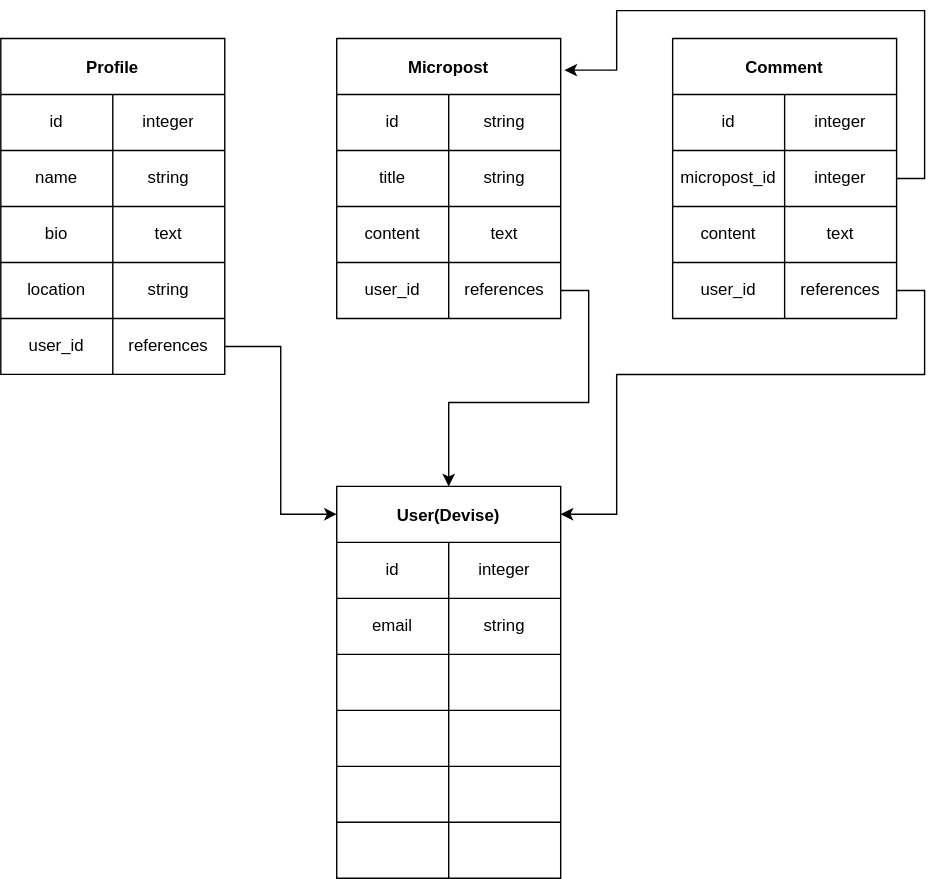
Above: doc/images/mizusirazu-app.drawio.svg in ittoku703/mizusirazu (draw.io), before the change. Source tidied: cells renumbered, new cells last; positions are measured from the earlier drawing's top-left corner, leaving out a move shared by most shapes. Source of this version:
```xml
<mxGraphModel>
  <root>
    <mxCell id="0" />
    <mxCell id="1" parent="0" />
    <mxCell id="2" value="User(Devise)" style="shape=table;startSize=40;fontStyle=1;align=center;" parent="1" vertex="1">
      <mxGeometry x="240" y="340" width="160" height="280" as="geometry" />
    </mxCell>
    <mxCell id="3" style="shape=partialRectangle;html=1;whiteSpace=wrap;fillColor=none;top=0;left=0;bottom=0;right=0;" parent="2" vertex="1">
      <mxGeometry y="40" width="160" height="40" as="geometry" />
    </mxCell>
    <mxCell id="4" value="id" style="shape=partialRectangle;html=1;whiteSpace=wrap;fillColor=none;top=0;left=0;bottom=0;right=0;overflow=hidden;" parent="3" vertex="1">
      <mxGeometry width="80" height="40" as="geometry" />
    </mxCell>
    <mxCell id="5" value="integer" style="shape=partialRectangle;html=1;whiteSpace=wrap;fillColor=none;top=0;left=0;bottom=0;right=0;overflow=hidden;" parent="3" vertex="1">
      <mxGeometry x="80" width="80" height="40" as="geometry" />
    </mxCell>
    <mxCell id="6" style="shape=partialRectangle;html=1;whiteSpace=wrap;fillColor=none;top=0;left=0;bottom=0;right=0;" parent="2" vertex="1">
      <mxGeometry y="80" width="160" height="40" as="geometry" />
    </mxCell>
    <mxCell id="7" value="email" style="shape=partialRectangle;html=1;whiteSpace=wrap;fillColor=none;top=0;left=0;bottom=0;right=0;overflow=hidden;" parent="6" vertex="1">
      <mxGeometry width="80" height="40" as="geometry" />
    </mxCell>
    <mxCell id="8" value="string" style="shape=partialRectangle;html=1;whiteSpace=wrap;fillColor=none;top=0;left=0;bottom=0;right=0;overflow=hidden;" parent="6" vertex="1">
      <mxGeometry x="80" width="80" height="40" as="geometry" />
    </mxCell>
    <mxCell id="9" style="shape=partialRectangle;html=1;whiteSpace=wrap;fillColor=none;top=0;left=0;bottom=0;right=0;" parent="2" vertex="1">
      <mxGeometry y="120" width="160" height="40" as="geometry" />
    </mxCell>
    <mxCell id="10" style="shape=partialRectangle;html=1;whiteSpace=wrap;fillColor=none;top=0;left=0;bottom=0;right=0;overflow=hidden;" parent="9" vertex="1">
      <mxGeometry width="80" height="40" as="geometry" />
    </mxCell>
    <mxCell id="11" style="shape=partialRectangle;html=1;whiteSpace=wrap;fillColor=none;top=0;left=0;bottom=0;right=0;overflow=hidden;" parent="9" vertex="1">
      <mxGeometry x="80" width="80" height="40" as="geometry" />
    </mxCell>
    <mxCell id="12" style="shape=partialRectangle;html=1;whiteSpace=wrap;fillColor=none;top=0;left=0;bottom=0;right=0;" parent="2" vertex="1">
      <mxGeometry y="160" width="160" height="40" as="geometry" />
    </mxCell>
    <mxCell id="13" style="shape=partialRectangle;html=1;whiteSpace=wrap;fillColor=none;top=0;left=0;bottom=0;right=0;overflow=hidden;" parent="12" vertex="1">
      <mxGeometry width="80" height="40" as="geometry" />
    </mxCell>
    <mxCell id="14" style="shape=partialRectangle;html=1;whiteSpace=wrap;fillColor=none;top=0;left=0;bottom=0;right=0;overflow=hidden;" parent="12" vertex="1">
      <mxGeometry x="80" width="80" height="40" as="geometry" />
    </mxCell>
    <mxCell id="15" style="shape=partialRectangle;html=1;whiteSpace=wrap;fillColor=none;top=0;left=0;bottom=0;right=0;" parent="2" vertex="1">
      <mxGeometry y="200" width="160" height="40" as="geometry" />
    </mxCell>
    <mxCell id="16" style="shape=partialRectangle;html=1;whiteSpace=wrap;fillColor=none;top=0;left=0;bottom=0;right=0;overflow=hidden;" parent="15" vertex="1">
      <mxGeometry width="80" height="40" as="geometry" />
    </mxCell>
    <mxCell id="17" style="shape=partialRectangle;html=1;whiteSpace=wrap;fillColor=none;top=0;left=0;bottom=0;right=0;overflow=hidden;" parent="15" vertex="1">
      <mxGeometry x="80" width="80" height="40" as="geometry" />
    </mxCell>
    <mxCell id="18" style="shape=partialRectangle;html=1;whiteSpace=wrap;fillColor=none;top=0;left=0;bottom=0;right=0;" parent="2" vertex="1">
      <mxGeometry y="240" width="160" height="40" as="geometry" />
    </mxCell>
    <mxCell id="19" style="shape=partialRectangle;html=1;whiteSpace=wrap;fillColor=none;top=0;left=0;bottom=0;right=0;overflow=hidden;" parent="18" vertex="1">
      <mxGeometry width="80" height="40" as="geometry" />
    </mxCell>
    <mxCell id="20" style="shape=partialRectangle;html=1;whiteSpace=wrap;fillColor=none;top=0;left=0;bottom=0;right=0;overflow=hidden;" parent="18" vertex="1">
      <mxGeometry x="80" width="80" height="40" as="geometry" />
    </mxCell>
    <mxCell id="21" value="Profile" style="shape=table;startSize=40;fontStyle=1;align=center;" parent="1" vertex="1">
      <mxGeometry y="20" width="160" height="240" as="geometry" />
    </mxCell>
    <mxCell id="22" style="shape=partialRectangle;html=1;whiteSpace=wrap;fillColor=none;top=0;left=0;bottom=0;right=0;" parent="21" vertex="1">
      <mxGeometry y="40" width="160" height="40" as="geometry" />
    </mxCell>
    <mxCell id="23" value="id" style="shape=partialRectangle;html=1;whiteSpace=wrap;fillColor=none;top=0;left=0;bottom=0;right=0;overflow=hidden;" parent="22" vertex="1">
      <mxGeometry width="80" height="40" as="geometry" />
    </mxCell>
    <mxCell id="24" value="integer" style="shape=partialRectangle;html=1;whiteSpace=wrap;fillColor=none;top=0;left=0;bottom=0;right=0;overflow=hidden;" parent="22" vertex="1">
      <mxGeometry x="80" width="80" height="40" as="geometry" />
    </mxCell>
    <mxCell id="25" style="shape=partialRectangle;html=1;whiteSpace=wrap;fillColor=none;top=0;left=0;bottom=0;right=0;" parent="21" vertex="1">
      <mxGeometry y="80" width="160" height="40" as="geometry" />
    </mxCell>
    <mxCell id="26" value="name" style="shape=partialRectangle;html=1;whiteSpace=wrap;fillColor=none;top=0;left=0;bottom=0;right=0;overflow=hidden;" parent="25" vertex="1">
      <mxGeometry width="80" height="40" as="geometry" />
    </mxCell>
    <mxCell id="27" value="string" style="shape=partialRectangle;html=1;whiteSpace=wrap;fillColor=none;top=0;left=0;bottom=0;right=0;overflow=hidden;" parent="25" vertex="1">
      <mxGeometry x="80" width="80" height="40" as="geometry" />
    </mxCell>
    <mxCell id="28" style="shape=partialRectangle;html=1;whiteSpace=wrap;fillColor=none;top=0;left=0;bottom=0;right=0;" parent="21" vertex="1">
      <mxGeometry y="120" width="160" height="40" as="geometry" />
    </mxCell>
    <mxCell id="29" value="bio" style="shape=partialRectangle;html=1;whiteSpace=wrap;fillColor=none;top=0;left=0;bottom=0;right=0;overflow=hidden;" parent="28" vertex="1">
      <mxGeometry width="80" height="40" as="geometry" />
    </mxCell>
    <mxCell id="30" value="text" style="shape=partialRectangle;html=1;whiteSpace=wrap;fillColor=none;top=0;left=0;bottom=0;right=0;overflow=hidden;" parent="28" vertex="1">
      <mxGeometry x="80" width="80" height="40" as="geometry" />
    </mxCell>
    <mxCell id="31" style="shape=partialRectangle;html=1;whiteSpace=wrap;fillColor=none;top=0;left=0;bottom=0;right=0;" parent="21" vertex="1">
      <mxGeometry y="160" width="160" height="40" as="geometry" />
    </mxCell>
    <mxCell id="32" value="location" style="shape=partialRectangle;html=1;whiteSpace=wrap;fillColor=none;top=0;left=0;bottom=0;right=0;overflow=hidden;" parent="31" vertex="1">
      <mxGeometry width="80" height="40" as="geometry" />
    </mxCell>
    <mxCell id="33" value="string" style="shape=partialRectangle;html=1;whiteSpace=wrap;fillColor=none;top=0;left=0;bottom=0;right=0;overflow=hidden;" parent="31" vertex="1">
      <mxGeometry x="80" width="80" height="40" as="geometry" />
    </mxCell>
    <mxCell id="34" style="shape=partialRectangle;html=1;whiteSpace=wrap;fillColor=none;top=0;left=0;bottom=0;right=0;points=[[0,0.5],[1,0.5]];portConstraint=eastwest;" parent="21" vertex="1">
      <mxGeometry y="200" width="160" height="40" as="geometry" />
    </mxCell>
    <mxCell id="35" value="user_id" style="shape=partialRectangle;html=1;whiteSpace=wrap;fillColor=none;top=0;left=0;bottom=0;right=0;overflow=hidden;" parent="34" vertex="1">
      <mxGeometry width="80" height="40" as="geometry" />
    </mxCell>
    <mxCell id="36" value="references" style="shape=partialRectangle;html=1;whiteSpace=wrap;fillColor=none;top=0;left=0;bottom=0;right=0;overflow=hidden;" parent="34" vertex="1">
      <mxGeometry x="80" width="80" height="40" as="geometry" />
    </mxCell>
    <mxCell id="37" value="Micropost" style="shape=table;startSize=40;fontStyle=1;align=center;" parent="1" vertex="1">
      <mxGeometry x="240" y="20" width="160" height="200" as="geometry" />
    </mxCell>
    <mxCell id="38" style="shape=partialRectangle;html=1;whiteSpace=wrap;fillColor=none;top=0;left=0;bottom=0;right=0;" parent="37" vertex="1">
      <mxGeometry y="40" width="160" height="40" as="geometry" />
    </mxCell>
    <mxCell id="39" value="id" style="shape=partialRectangle;html=1;whiteSpace=wrap;fillColor=none;top=0;left=0;bottom=0;right=0;overflow=hidden;" parent="38" vertex="1">
      <mxGeometry width="80" height="40" as="geometry" />
    </mxCell>
    <mxCell id="40" value="string" style="shape=partialRectangle;html=1;whiteSpace=wrap;fillColor=none;top=0;left=0;bottom=0;right=0;overflow=hidden;" parent="38" vertex="1">
      <mxGeometry x="80" width="80" height="40" as="geometry" />
    </mxCell>
    <mxCell id="41" style="shape=partialRectangle;html=1;whiteSpace=wrap;fillColor=none;top=0;left=0;bottom=0;right=0;" parent="37" vertex="1">
      <mxGeometry y="80" width="160" height="40" as="geometry" />
    </mxCell>
    <mxCell id="42" value="title" style="shape=partialRectangle;html=1;whiteSpace=wrap;fillColor=none;top=0;left=0;bottom=0;right=0;overflow=hidden;" parent="41" vertex="1">
      <mxGeometry width="80" height="40" as="geometry" />
    </mxCell>
    <mxCell id="43" value="string" style="shape=partialRectangle;html=1;whiteSpace=wrap;fillColor=none;top=0;left=0;bottom=0;right=0;overflow=hidden;" parent="41" vertex="1">
      <mxGeometry x="80" width="80" height="40" as="geometry" />
    </mxCell>
    <mxCell id="44" style="shape=partialRectangle;html=1;whiteSpace=wrap;fillColor=none;top=0;left=0;bottom=0;right=0;" parent="37" vertex="1">
      <mxGeometry y="120" width="160" height="40" as="geometry" />
    </mxCell>
    <mxCell id="45" value="content" style="shape=partialRectangle;html=1;whiteSpace=wrap;fillColor=none;top=0;left=0;bottom=0;right=0;overflow=hidden;" parent="44" vertex="1">
      <mxGeometry width="80" height="40" as="geometry" />
    </mxCell>
    <mxCell id="46" value="text" style="shape=partialRectangle;html=1;whiteSpace=wrap;fillColor=none;top=0;left=0;bottom=0;right=0;overflow=hidden;" parent="44" vertex="1">
      <mxGeometry x="80" width="80" height="40" as="geometry" />
    </mxCell>
    <mxCell id="47" style="shape=partialRectangle;html=1;whiteSpace=wrap;fillColor=none;top=0;left=0;bottom=0;right=0;points=[[0,0.5],[1,0.5]];portConstraint=eastwest;" parent="37" vertex="1">
      <mxGeometry y="160" width="160" height="40" as="geometry" />
    </mxCell>
    <mxCell id="48" value="user_id" style="shape=partialRectangle;html=1;whiteSpace=wrap;fillColor=none;top=0;left=0;bottom=0;right=0;overflow=hidden;" parent="47" vertex="1">
      <mxGeometry width="80" height="40" as="geometry" />
    </mxCell>
    <mxCell id="49" value="references" style="shape=partialRectangle;html=1;whiteSpace=wrap;fillColor=none;top=0;left=0;bottom=0;right=0;overflow=hidden;" parent="47" vertex="1">
      <mxGeometry x="80" width="80" height="40" as="geometry" />
    </mxCell>
    <mxCell id="50" value="Comment" style="shape=table;startSize=40;fontStyle=1;align=center;" parent="1" vertex="1">
      <mxGeometry x="480" y="20" width="160" height="200" as="geometry" />
    </mxCell>
    <mxCell id="51" style="shape=partialRectangle;html=1;whiteSpace=wrap;fillColor=none;top=0;left=0;bottom=0;right=0;" parent="50" vertex="1">
      <mxGeometry y="40" width="160" height="40" as="geometry" />
    </mxCell>
    <mxCell id="52" value="id" style="shape=partialRectangle;html=1;whiteSpace=wrap;fillColor=none;top=0;left=0;bottom=0;right=0;overflow=hidden;" parent="51" vertex="1">
      <mxGeometry width="80" height="40" as="geometry" />
    </mxCell>
    <mxCell id="53" value="integer" style="shape=partialRectangle;html=1;whiteSpace=wrap;fillColor=none;top=0;left=0;bottom=0;right=0;overflow=hidden;" parent="51" vertex="1">
      <mxGeometry x="80" width="80" height="40" as="geometry" />
    </mxCell>
    <mxCell id="54" style="shape=partialRectangle;html=1;whiteSpace=wrap;fillColor=none;top=0;left=0;bottom=0;right=0;points=[[0,0.5],[1,0.5]];portConstraint=eastwest;" parent="50" vertex="1">
      <mxGeometry y="80" width="160" height="40" as="geometry" />
    </mxCell>
    <mxCell id="55" value="micropost_id" style="shape=partialRectangle;html=1;whiteSpace=wrap;fillColor=none;top=0;left=0;bottom=0;right=0;overflow=hidden;" parent="54" vertex="1">
      <mxGeometry width="80" height="40" as="geometry" />
    </mxCell>
    <mxCell id="56" value="integer" style="shape=partialRectangle;html=1;whiteSpace=wrap;fillColor=none;top=0;left=0;bottom=0;right=0;overflow=hidden;" parent="54" vertex="1">
      <mxGeometry x="80" width="80" height="40" as="geometry" />
    </mxCell>
    <mxCell id="57" style="shape=partialRectangle;html=1;whiteSpace=wrap;fillColor=none;top=0;left=0;bottom=0;right=0;" parent="50" vertex="1">
      <mxGeometry y="120" width="160" height="40" as="geometry" />
    </mxCell>
    <mxCell id="58" value="content" style="shape=partialRectangle;html=1;whiteSpace=wrap;fillColor=none;top=0;left=0;bottom=0;right=0;overflow=hidden;" parent="57" vertex="1">
      <mxGeometry width="80" height="40" as="geometry" />
    </mxCell>
    <mxCell id="59" value="text" style="shape=partialRectangle;html=1;whiteSpace=wrap;fillColor=none;top=0;left=0;bottom=0;right=0;overflow=hidden;" parent="57" vertex="1">
      <mxGeometry x="80" width="80" height="40" as="geometry" />
    </mxCell>
    <mxCell id="60" style="shape=partialRectangle;html=1;whiteSpace=wrap;fillColor=none;top=0;left=0;bottom=0;right=0;points=[[0,0.5],[1,0.5]];portConstraint=eastwest;" parent="50" vertex="1">
      <mxGeometry y="160" width="160" height="40" as="geometry" />
    </mxCell>
    <mxCell id="61" value="user_id" style="shape=partialRectangle;html=1;whiteSpace=wrap;fillColor=none;top=0;left=0;bottom=0;right=0;overflow=hidden;" parent="60" vertex="1">
      <mxGeometry width="80" height="40" as="geometry" />
    </mxCell>
    <mxCell id="62" value="references" style="shape=partialRectangle;html=1;whiteSpace=wrap;fillColor=none;top=0;left=0;bottom=0;right=0;overflow=hidden;" parent="60" vertex="1">
      <mxGeometry x="80" width="80" height="40" as="geometry" />
    </mxCell>
    <mxCell id="63" style="edgeStyle=orthogonalEdgeStyle;rounded=0;jettySize=auto;html=1;entryX=0;entryY=0.071;entryDx=0;entryDy=0;entryPerimeter=0;" parent="1" edge="1" source="34" target="2">
      <mxGeometry relative="1" as="geometry" />
    </mxCell>
    <mxCell id="64" style="edgeStyle=orthogonalEdgeStyle;rounded=0;jettySize=auto;html=1;entryX=0.5;entryY=0;entryDx=0;entryDy=0;exitX=1;exitY=0.5;exitDx=0;exitDy=0;" parent="1" edge="1" source="47" target="2">
      <mxGeometry relative="1" as="geometry" />
    </mxCell>
    <mxCell id="65" style="edgeStyle=orthogonalEdgeStyle;rounded=0;jettySize=auto;html=1;entryX=1;entryY=0.071;entryDx=0;entryDy=0;entryPerimeter=0;exitX=1;exitY=0.5;exitDx=0;exitDy=0;" parent="1" edge="1" source="60" target="2">
      <mxGeometry relative="1" as="geometry">
        <Array as="points">
          <mxPoint x="660" y="200" />
          <mxPoint x="660" y="260" />
          <mxPoint x="440" y="260" />
          <mxPoint x="440" y="360" />
        </Array>
      </mxGeometry>
    </mxCell>
    <mxCell id="66" style="edgeStyle=orthogonalEdgeStyle;rounded=0;jettySize=auto;html=1;entryX=1.017;entryY=0.113;entryDx=0;entryDy=0;entryPerimeter=0;exitX=1;exitY=0.5;exitDx=0;exitDy=0;" parent="1" edge="1" source="54" target="37">
      <mxGeometry relative="1" as="geometry">
        <Array as="points">
          <mxPoint x="660" y="120" />
          <mxPoint x="660" />
          <mxPoint x="440" />
          <mxPoint x="440" y="43" />
        </Array>
      </mxGeometry>
    </mxCell>
  </root>
</mxGraphModel>
```
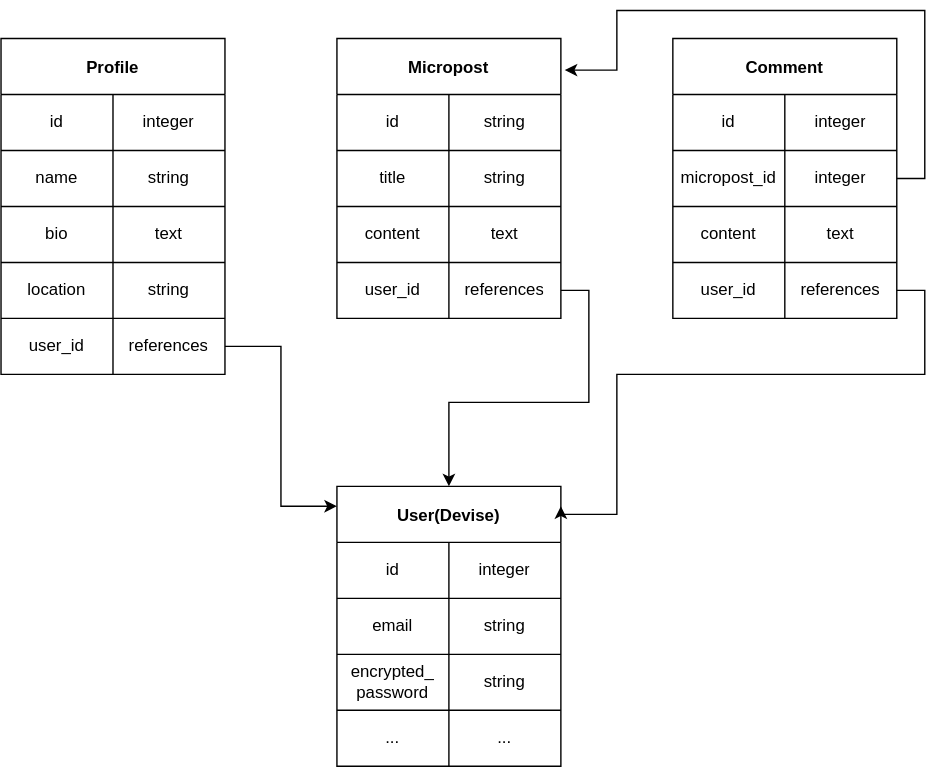
The same diagram one commit later.

Diff of the diagram source:
```diff
@@ -3,7 +3,7 @@
     <mxCell id="0" />
     <mxCell id="1" parent="0" />
     <mxCell id="2" value="User(Devise)" style="shape=table;startSize=40;fontStyle=1;align=center;" parent="1" vertex="1">
-      <mxGeometry x="240" y="340" width="160" height="280" as="geometry" />
+      <mxGeometry x="240" y="340" width="160" height="200" as="geometry" />
     </mxCell>
     <mxCell id="3" style="shape=partialRectangle;html=1;whiteSpace=wrap;fillColor=none;top=0;left=0;bottom=0;right=0;" parent="2" vertex="1">
       <mxGeometry y="40" width="160" height="40" as="geometry" />
@@ -26,39 +26,21 @@
     <mxCell id="9" style="shape=partialRectangle;html=1;whiteSpace=wrap;fillColor=none;top=0;left=0;bottom=0;right=0;" parent="2" vertex="1">
       <mxGeometry y="120" width="160" height="40" as="geometry" />
     </mxCell>
-    <mxCell id="10" style="shape=partialRectangle;html=1;whiteSpace=wrap;fillColor=none;top=0;left=0;bottom=0;right=0;overflow=hidden;" parent="9" vertex="1">
+    <mxCell id="10" value="encrypted_&lt;br&gt;password" style="shape=partialRectangle;html=1;whiteSpace=wrap;fillColor=none;top=0;left=0;bottom=0;right=0;overflow=hidden;" parent="9" vertex="1">
       <mxGeometry width="80" height="40" as="geometry" />
     </mxCell>
-    <mxCell id="11" style="shape=partialRectangle;html=1;whiteSpace=wrap;fillColor=none;top=0;left=0;bottom=0;right=0;overflow=hidden;" parent="9" vertex="1">
+    <mxCell id="11" value="string" style="shape=partialRectangle;html=1;whiteSpace=wrap;fillColor=none;top=0;left=0;bottom=0;right=0;overflow=hidden;" parent="9" vertex="1">
       <mxGeometry x="80" width="80" height="40" as="geometry" />
     </mxCell>
     <mxCell id="12" style="shape=partialRectangle;html=1;whiteSpace=wrap;fillColor=none;top=0;left=0;bottom=0;right=0;" parent="2" vertex="1">
       <mxGeometry y="160" width="160" height="40" as="geometry" />
     </mxCell>
-    <mxCell id="13" style="shape=partialRectangle;html=1;whiteSpace=wrap;fillColor=none;top=0;left=0;bottom=0;right=0;overflow=hidden;" parent="12" vertex="1">
+    <mxCell id="13" value="..." style="shape=partialRectangle;html=1;whiteSpace=wrap;fillColor=none;top=0;left=0;bottom=0;right=0;overflow=hidden;" parent="12" vertex="1">
       <mxGeometry width="80" height="40" as="geometry" />
     </mxCell>
-    <mxCell id="14" style="shape=partialRectangle;html=1;whiteSpace=wrap;fillColor=none;top=0;left=0;bottom=0;right=0;overflow=hidden;" parent="12" vertex="1">
+    <mxCell id="14" value="..." style="shape=partialRectangle;html=1;whiteSpace=wrap;fillColor=none;top=0;left=0;bottom=0;right=0;overflow=hidden;" parent="12" vertex="1">
       <mxGeometry x="80" width="80" height="40" as="geometry" />
     </mxCell>
-    <mxCell id="15" style="shape=partialRectangle;html=1;whiteSpace=wrap;fillColor=none;top=0;left=0;bottom=0;right=0;" parent="2" vertex="1">
-      <mxGeometry y="200" width="160" height="40" as="geometry" />
-    </mxCell>
-    <mxCell id="16" style="shape=partialRectangle;html=1;whiteSpace=wrap;fillColor=none;top=0;left=0;bottom=0;right=0;overflow=hidden;" parent="15" vertex="1">
-      <mxGeometry width="80" height="40" as="geometry" />
-    </mxCell>
-    <mxCell id="17" style="shape=partialRectangle;html=1;whiteSpace=wrap;fillColor=none;top=0;left=0;bottom=0;right=0;overflow=hidden;" parent="15" vertex="1">
-      <mxGeometry x="80" width="80" height="40" as="geometry" />
-    </mxCell>
-    <mxCell id="18" style="shape=partialRectangle;html=1;whiteSpace=wrap;fillColor=none;top=0;left=0;bottom=0;right=0;" parent="2" vertex="1">
-      <mxGeometry y="240" width="160" height="40" as="geometry" />
-    </mxCell>
-    <mxCell id="19" style="shape=partialRectangle;html=1;whiteSpace=wrap;fillColor=none;top=0;left=0;bottom=0;right=0;overflow=hidden;" parent="18" vertex="1">
-      <mxGeometry width="80" height="40" as="geometry" />
-    </mxCell>
-    <mxCell id="20" style="shape=partialRectangle;html=1;whiteSpace=wrap;fillColor=none;top=0;left=0;bottom=0;right=0;overflow=hidden;" parent="18" vertex="1">
-      <mxGeometry x="80" width="80" height="40" as="geometry" />
-    </mxCell>
     <mxCell id="21" value="Profile" style="shape=table;startSize=40;fontStyle=1;align=center;" parent="1" vertex="1">
       <mxGeometry y="20" width="160" height="240" as="geometry" />
     </mxCell>
```
